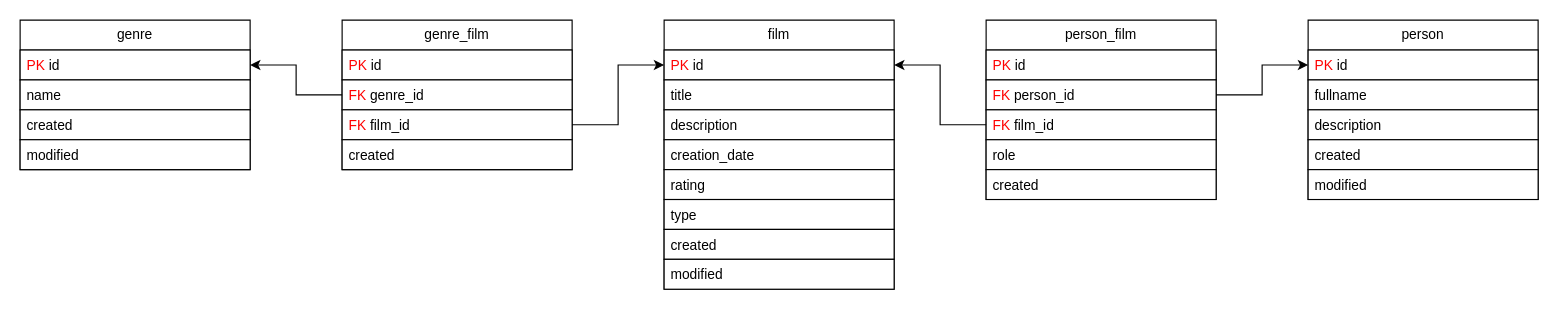
Before: docs/db_schema.drawio in yaspichihin/cinema, a draw.io diagram. Source tidied: cells renumbered, new cells numbered last; positions are measured from the earlier drawing's top-left corner, leaving out a move shared by most shapes. Both pictures are drawn from the tidied source at 115%, with x=0, y=0 at pixel (20, 20).
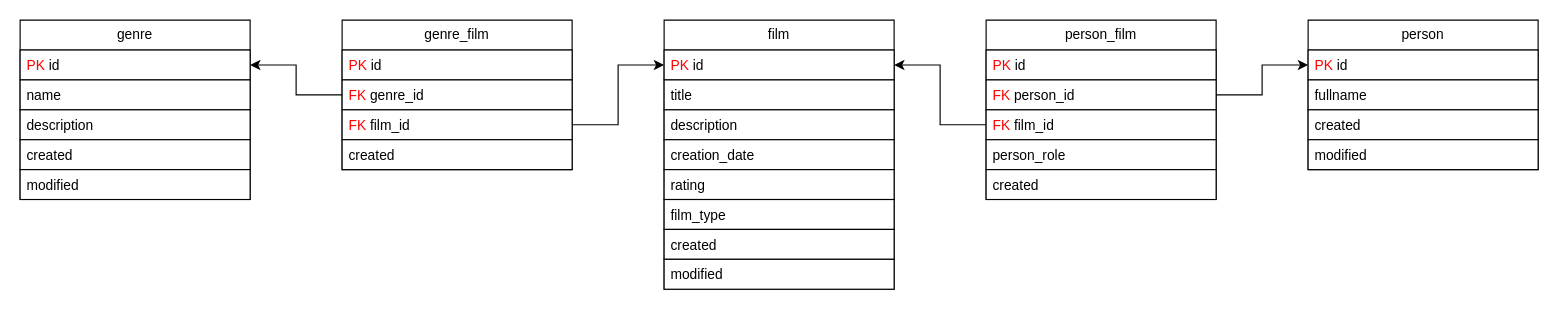
The same diagram, later.

The change refers to these unchanged cells:
```xml
<mxCell id="2" value="film" style="swimlane;fontStyle=0;horizontal=1;startSize=26;fillColor=default;whiteSpace=wrap;html=1;" parent="1" vertex="1">
  <mxGeometry x="560" width="200" height="234" as="geometry" />
</mxCell>
<mxCell id="11" value="person_film" style="swimlane;fontStyle=0;horizontal=1;startSize=26;fillColor=default;whiteSpace=wrap;html=1;" parent="1" vertex="1">
  <mxGeometry x="840" width="200" height="156" as="geometry" />
</mxCell>
```

The edit, as a diff of the source:
```diff
@@
-    <mxCell id="8" value="type" style="text;strokeColor=default;fillColor=default;align=left;verticalAlign=top;spacingLeft=4;spacingRight=4;overflow=hidden;whiteSpace=wrap;html=1;" parent="2" vertex="1">
+    <mxCell id="8" value="film_type" style="text;strokeColor=default;fillColor=default;align=left;verticalAlign=top;spacingLeft=4;spacingRight=4;overflow=hidden;whiteSpace=wrap;html=1;" parent="2" vertex="1">
       <mxGeometry y="156" width="200" height="26" as="geometry" />
     </mxCell>
@@
-    <mxCell id="15" value="role" style="text;strokeColor=default;fillColor=default;align=left;verticalAlign=top;spacingLeft=4;spacingRight=4;overflow=hidden;whiteSpace=wrap;html=1;" parent="11" vertex="1">
+    <mxCell id="15" value="person_role" style="text;strokeColor=default;fillColor=default;align=left;verticalAlign=top;spacingLeft=4;spacingRight=4;overflow=hidden;whiteSpace=wrap;html=1;" parent="11" vertex="1">
       <mxGeometry y="104" width="200" height="26" as="geometry" />
     </mxCell>
@@
     <mxCell id="17" value="genre" style="swimlane;fontStyle=0;horizontal=1;startSize=26;fillColor=default;whiteSpace=wrap;html=1;" parent="1" vertex="1">
-      <mxGeometry width="200" height="130" as="geometry" />
+      <mxGeometry width="200" height="156" as="geometry" />
     </mxCell>
@@
+    <mxCell id="30" value="description" style="text;strokeColor=default;fillColor=default;align=left;verticalAlign=top;spacingLeft=4;spacingRight=4;overflow=hidden;whiteSpace=wrap;html=1;" parent="17" vertex="1">
+      <mxGeometry y="78" width="200" height="26" as="geometry" />
+    </mxCell>
     <mxCell id="20" value="created" style="text;strokeColor=default;fillColor=default;align=left;verticalAlign=top;spacingLeft=4;spacingRight=4;overflow=hidden;whiteSpace=wrap;html=1;" parent="17" vertex="1">
-      <mxGeometry y="78" width="200" height="26" as="geometry" />
+      <mxGeometry y="104" width="200" height="26" as="geometry" />
     </mxCell>
     <mxCell id="21" value="modified" style="text;strokeColor=default;fillColor=default;align=left;verticalAlign=top;spacingLeft=4;spacingRight=4;overflow=hidden;whiteSpace=wrap;html=1;" parent="17" vertex="1">
-      <mxGeometry y="104" width="200" height="26" as="geometry" />
+      <mxGeometry y="130" width="200" height="26" as="geometry" />
     </mxCell>
@@
     <mxCell id="27" value="person" style="swimlane;fontStyle=0;horizontal=1;startSize=26;fillColor=default;whiteSpace=wrap;html=1;" parent="1" vertex="1">
-      <mxGeometry x="1120" width="200" height="156" as="geometry" />
+      <mxGeometry x="1120" width="200" height="130" as="geometry" />
     </mxCell>
@@
-    <mxCell id="30" value="description" style="text;strokeColor=default;fillColor=default;align=left;verticalAlign=top;spacingLeft=4;spacingRight=4;overflow=hidden;whiteSpace=wrap;html=1;" parent="27" vertex="1">
-      <mxGeometry y="78" width="200" height="26" as="geometry" />
-    </mxCell>
     <mxCell id="31" value="created" style="text;strokeColor=default;fillColor=default;align=left;verticalAlign=top;spacingLeft=4;spacingRight=4;overflow=hidden;whiteSpace=wrap;html=1;" parent="27" vertex="1">
-      <mxGeometry y="104" width="200" height="26" as="geometry" />
+      <mxGeometry y="78" width="200" height="26" as="geometry" />
     </mxCell>
     <mxCell id="32" value="modified" style="text;strokeColor=default;fillColor=default;align=left;verticalAlign=top;spacingLeft=4;spacingRight=4;overflow=hidden;whiteSpace=wrap;html=1;" parent="27" vertex="1">
-      <mxGeometry y="130" width="200" height="26" as="geometry" />
+      <mxGeometry y="104" width="200" height="26" as="geometry" />
     </mxCell>
```
